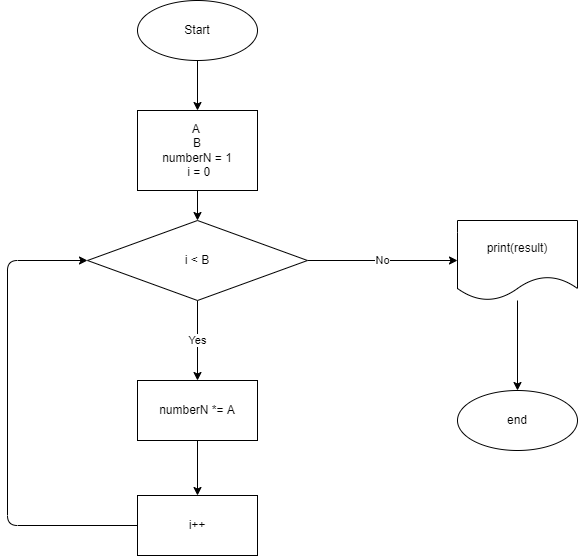
Ane4kaErm/Homework keeps this draw.io diagram as Homework/hometask004/task001/.drawio.png. Above is the earlier version. Source tidied: cells renumbered, new cells last; positions are measured from the earlier drawing's top-left corner, leaving out a move shared by most shapes. Source of this version:
```xml
<mxGraphModel>
  <root>
    <mxCell id="0" />
    <mxCell id="1" parent="0" />
    <mxCell id="2" style="edgeStyle=none;html=1;" parent="1" edge="1" source="3" target="5">
      <mxGeometry relative="1" as="geometry" />
    </mxCell>
    <mxCell id="3" value="Start" style="ellipse;whiteSpace=wrap;html=1;" parent="1" vertex="1">
      <mxGeometry x="130" width="120" height="60" as="geometry" />
    </mxCell>
    <mxCell id="4" style="edgeStyle=none;html=1;" parent="1" edge="1" source="5" target="8">
      <mxGeometry relative="1" as="geometry" />
    </mxCell>
    <mxCell id="5" value="A&amp;nbsp;&lt;br&gt;B&lt;br&gt;numberN = 1&lt;br&gt;&amp;nbsp;i = 0" style="whiteSpace=wrap;html=1;" parent="1" vertex="1">
      <mxGeometry x="130" y="110" width="120" height="80" as="geometry" />
    </mxCell>
    <mxCell id="6" value="Yes" style="edgeStyle=none;html=1;" parent="1" edge="1" source="8" target="10">
      <mxGeometry relative="1" as="geometry" />
    </mxCell>
    <mxCell id="7" value="No" style="edgeStyle=none;html=1;" parent="1" edge="1" source="8" target="14">
      <mxGeometry relative="1" as="geometry" />
    </mxCell>
    <mxCell id="8" value="i &amp;lt; B" style="rhombus;whiteSpace=wrap;html=1;" parent="1" vertex="1">
      <mxGeometry x="80" y="220" width="220" height="80" as="geometry" />
    </mxCell>
    <mxCell id="9" style="edgeStyle=none;html=1;" parent="1" edge="1" source="10" target="12">
      <mxGeometry relative="1" as="geometry" />
    </mxCell>
    <mxCell id="10" value="numberN *= A" style="whiteSpace=wrap;html=1;" parent="1" vertex="1">
      <mxGeometry x="130" y="380" width="120" height="60" as="geometry" />
    </mxCell>
    <mxCell id="11" style="edgeStyle=none;html=1;entryX=0;entryY=0.5;entryDx=0;entryDy=0;" parent="1" edge="1" source="12" target="8">
      <mxGeometry relative="1" as="geometry">
        <Array as="points">
          <mxPoint y="525" />
          <mxPoint y="260" />
        </Array>
      </mxGeometry>
    </mxCell>
    <mxCell id="12" value="i++" style="whiteSpace=wrap;html=1;" parent="1" vertex="1">
      <mxGeometry x="130" y="495" width="120" height="60" as="geometry" />
    </mxCell>
    <mxCell id="13" style="edgeStyle=none;html=1;" parent="1" edge="1" source="14" target="15">
      <mxGeometry relative="1" as="geometry" />
    </mxCell>
    <mxCell id="14" value="print(result)" style="shape=document;whiteSpace=wrap;html=1;boundedLbl=1;" parent="1" vertex="1">
      <mxGeometry x="450" y="220" width="120" height="80" as="geometry" />
    </mxCell>
    <mxCell id="15" value="end" style="ellipse;whiteSpace=wrap;html=1;" parent="1" vertex="1">
      <mxGeometry x="450" y="390" width="120" height="60" as="geometry" />
    </mxCell>
  </root>
</mxGraphModel>
```
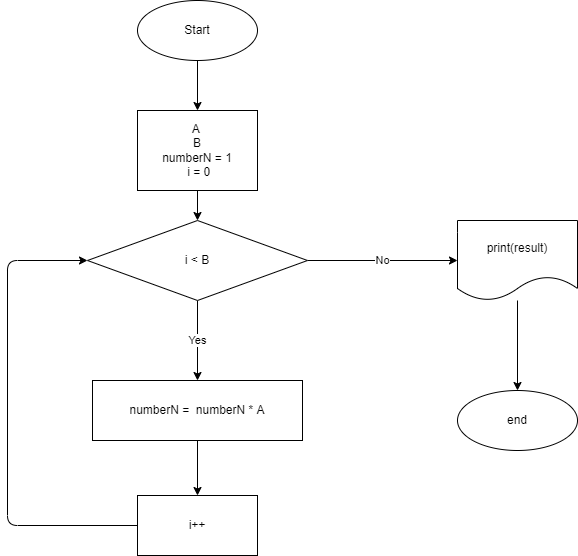
The same file after the commit.

Diff of the diagram source:
```diff
@@ -26,8 +26,8 @@
     <mxCell id="9" style="edgeStyle=none;html=1;" parent="1" edge="1" source="10" target="12">
       <mxGeometry relative="1" as="geometry" />
     </mxCell>
-    <mxCell id="10" value="numberN *= A" style="whiteSpace=wrap;html=1;" parent="1" vertex="1">
-      <mxGeometry x="130" y="380" width="120" height="60" as="geometry" />
+    <mxCell id="10" value="numberN =&amp;nbsp; numberN * A" style="whiteSpace=wrap;html=1;" parent="1" vertex="1">
+      <mxGeometry x="85" y="380" width="210" height="60" as="geometry" />
     </mxCell>
     <mxCell id="11" style="edgeStyle=none;html=1;entryX=0;entryY=0.5;entryDx=0;entryDy=0;" parent="1" edge="1" source="12" target="8">
       <mxGeometry relative="1" as="geometry">
```
